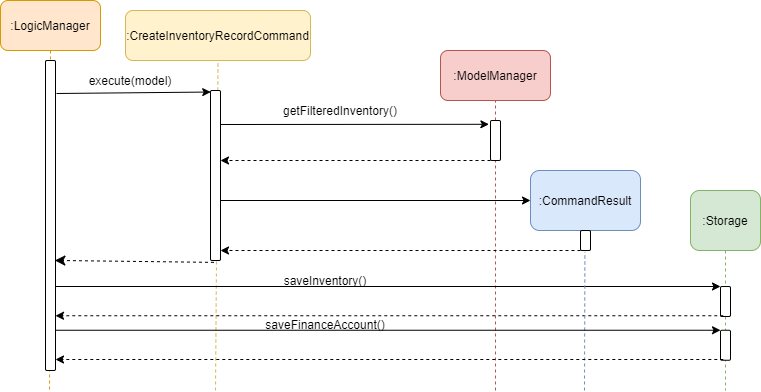
Above: docs/images/DeleteInventoryRecordCommandExecuteSequenceDiagram.png in nus-cs2103-AY2021S1/tp (draw.io), before the change. Source tidied: cells renumbered, new cells last; positions are measured from the earlier drawing's top-left corner, leaving out a move shared by most shapes.
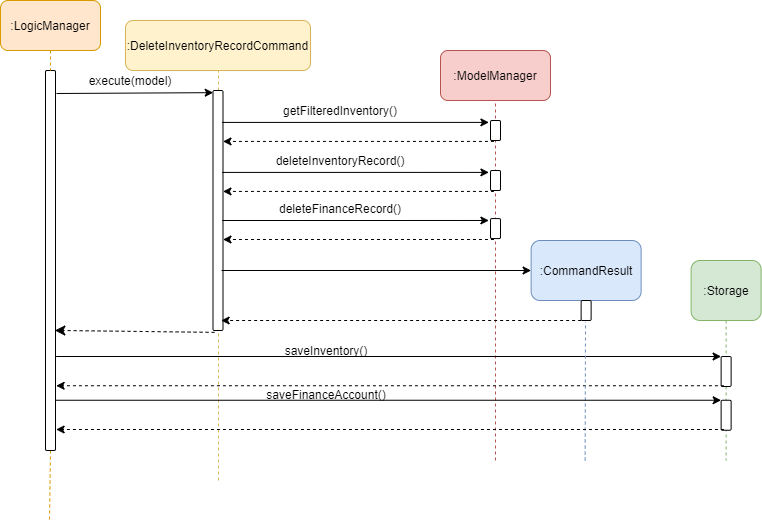
Above is the later version.

The edit, as a diff of the source:
```diff
@@ -2,33 +2,31 @@
   <root>
     <mxCell id="0" />
     <mxCell id="1" parent="0" />
-    <mxCell id="2" style="endArrow=none;dashed=1;html=1;entryX=0.5;entryY=1;entryDx=0;entryDy=0;fillColor=#fff2cc;strokeColor=#d6b656;" parent="1" edge="1" target="6">
+    <mxCell id="2" style="endArrow=none;dashed=1;html=1;fillColor=#fff2cc;strokeColor=#d6b656;" parent="1" edge="1">
       <mxGeometry relative="1" as="geometry">
-        <mxPoint x="215" y="390" as="sourcePoint" />
+        <mxPoint x="218" y="480" as="sourcePoint" />
+        <mxPoint x="218" y="70" as="targetPoint" />
       </mxGeometry>
     </mxCell>
     <mxCell id="3" style="html=1;points=[];perimeter=orthogonalPerimeter;rounded=1;" parent="1" vertex="1">
-      <mxGeometry x="210" y="90" width="10" height="170" as="geometry" />
+      <mxGeometry x="212.5" y="90" width="10" height="240" as="geometry" />
     </mxCell>
     <mxCell id="4" style="endArrow=none;dashed=1;html=1;entryX=0.5;entryY=1;entryDx=0;entryDy=0;fillColor=#f8cecc;strokeColor=#b85450;" parent="1" edge="1" target="11">
       <mxGeometry relative="1" as="geometry">
-        <mxPoint x="495" y="390" as="sourcePoint" />
+        <mxPoint x="495" y="460" as="sourcePoint" />
       </mxGeometry>
     </mxCell>
-    <mxCell id="5" style="endArrow=none;dashed=1;html=1;fillColor=#ffe6cc;strokeColor=#d79b00;exitX=0.5;exitY=1;exitDx=0;exitDy=0;" parent="1" edge="1" source="7">
+    <mxCell id="5" style="endArrow=none;dashed=1;html=1;fillColor=#ffe6cc;strokeColor=#d79b00;exitX=0.5;exitY=1;exitDx=0;exitDy=0;" parent="1" edge="1" source="8">
       <mxGeometry relative="1" as="geometry">
-        <mxPoint x="49" y="390" as="targetPoint" />
+        <mxPoint x="49" y="520" as="targetPoint" />
       </mxGeometry>
     </mxCell>
-    <mxCell id="6" value=":CreateInventoryRecordCommand" style="rounded=1;whiteSpace=wrap;html=1;fillColor=#fff2cc;strokeColor=#d6b656;" parent="1" vertex="1">
-      <mxGeometry x="125" y="10" width="185" height="50" as="geometry" />
+    <mxCell id="6" value=":DeleteInventoryRecordCommand" style="rounded=1;whiteSpace=wrap;html=1;fillColor=#fff2cc;strokeColor=#d6b656;" parent="1" vertex="1">
+      <mxGeometry x="125" y="20" width="185" height="50" as="geometry" />
     </mxCell>
     <mxCell id="7" value=":LogicManager" style="rounded=1;whiteSpace=wrap;html=1;fillColor=#ffe6cc;strokeColor=#d79b00;" parent="1" vertex="1">
       <mxGeometry width="100" height="50" as="geometry" />
     </mxCell>
-    <mxCell id="8" style="html=1;points=[];perimeter=orthogonalPerimeter;rounded=1;" parent="1" vertex="1">
-      <mxGeometry x="45" y="60" width="10" height="310" as="geometry" />
-    </mxCell>
     <mxCell id="9" style="endArrow=classic;html=1;entryX=0.02;entryY=0.009;entryDx=0;entryDy=0;entryPerimeter=0;" parent="1" edge="1" target="3">
       <mxGeometry relative="1" as="geometry">
         <mxPoint x="56" y="93" as="sourcePoint" />
@@ -41,86 +39,124 @@
       <mxGeometry x="440" y="50" width="110" height="50" as="geometry" />
     </mxCell>
     <mxCell id="12" style="html=1;points=[];perimeter=orthogonalPerimeter;rounded=1;" parent="1" vertex="1">
-      <mxGeometry x="490" y="120" width="10" height="40" as="geometry" />
+      <mxGeometry x="490" y="120" width="10" height="20" as="geometry" />
     </mxCell>
-    <mxCell id="13" style="endArrow=classic;html=1;entryX=-0.16;entryY=0.095;entryDx=0;entryDy=0;entryPerimeter=0;" parent="1" edge="1" target="12">
-      <mxGeometry relative="1" as="geometry">
-        <mxPoint x="220" y="124" as="sourcePoint" />
-      </mxGeometry>
+    <mxCell id="13" style="endArrow=classic;html=1;entryX=-0.16;entryY=0.095;entryDx=0;entryDy=0;entryPerimeter=0;exitX=0.914;exitY=0.133;exitDx=0;exitDy=0;exitPerimeter=0;" parent="1" edge="1" source="3" target="12">
+      <mxGeometry relative="1" as="geometry" />
     </mxCell>
     <mxCell id="14" value="getFilteredInventory()" style="text;html=1;strokeColor=none;fillColor=none;align=center;verticalAlign=middle;whiteSpace=wrap;rounded=0;" parent="1" vertex="1">
       <mxGeometry x="320" y="100" width="40" height="20" as="geometry" />
     </mxCell>
-    <mxCell id="15" style="endArrow=classic;html=1;dashed=1;" parent="1" edge="1">
-      <mxGeometry relative="1" as="geometry">
-        <mxPoint x="490" y="160" as="sourcePoint" />
-        <mxPoint x="220" y="160" as="targetPoint" />
-      </mxGeometry>
+    <mxCell id="15" style="endArrow=classic;html=1;dashed=1;exitX=0.346;exitY=1.046;exitDx=0;exitDy=0;exitPerimeter=0;" parent="1" edge="1" source="12" target="3">
+      <mxGeometry relative="1" as="geometry" />
     </mxCell>
     <mxCell id="16" style="endArrow=classic;html=1;" parent="1" edge="1">
       <mxGeometry relative="1" as="geometry">
-        <mxPoint x="220" y="200" as="sourcePoint" />
-        <mxPoint x="530" y="200" as="targetPoint" />
+        <mxPoint x="221" y="270" as="sourcePoint" />
+        <mxPoint x="530.6" y="270" as="targetPoint" />
       </mxGeometry>
     </mxCell>
     <mxCell id="17" value=":CommandResult" style="rounded=1;whiteSpace=wrap;html=1;fillColor=#dae8fc;strokeColor=#6c8ebf;" parent="1" vertex="1">
-      <mxGeometry x="530" y="170" width="110" height="60" as="geometry" />
+      <mxGeometry x="530.6" y="240" width="110" height="60" as="geometry" />
     </mxCell>
     <mxCell id="18" style="html=1;points=[];perimeter=orthogonalPerimeter;rounded=1;" parent="1" vertex="1">
-      <mxGeometry x="580" y="230" width="10" height="20" as="geometry" />
+      <mxGeometry x="580.6" y="300" width="10" height="20" as="geometry" />
     </mxCell>
     <mxCell id="19" style="endArrow=classic;html=1;dashed=1;" parent="1" edge="1">
       <mxGeometry relative="1" as="geometry">
-        <mxPoint x="580" y="250" as="sourcePoint" />
-        <mxPoint x="220" y="250" as="targetPoint" />
+        <mxPoint x="580.6" y="320" as="sourcePoint" />
+        <mxPoint x="220.6" y="320" as="targetPoint" />
       </mxGeometry>
     </mxCell>
-    <mxCell id="20" style="endArrow=classic;html=1;" parent="1" edge="1" source="8">
+    <mxCell id="20" style="endArrow=classic;html=1;" parent="1" edge="1">
       <mxGeometry relative="1" as="geometry">
-        <mxPoint x="720" y="286" as="targetPoint" />
+        <mxPoint x="55.6" y="356" as="sourcePoint" />
+        <mxPoint x="720.6" y="356" as="targetPoint" />
       </mxGeometry>
     </mxCell>
     <mxCell id="21" value=":Storage" style="rounded=1;whiteSpace=wrap;html=1;fillColor=#d5e8d4;strokeColor=#82b366;" parent="1" vertex="1">
-      <mxGeometry x="690" y="190" width="70" height="60" as="geometry" />
+      <mxGeometry x="690.6" y="260" width="70" height="60" as="geometry" />
     </mxCell>
     <mxCell id="22" style="endArrow=none;dashed=1;html=1;exitX=0.5;exitY=1;exitDx=0;exitDy=0;fillColor=#d5e8d4;strokeColor=#82b366;" parent="1" edge="1" source="21">
       <mxGeometry relative="1" as="geometry">
-        <mxPoint x="725" y="390" as="targetPoint" />
+        <mxPoint x="725.6" y="460" as="targetPoint" />
       </mxGeometry>
     </mxCell>
     <mxCell id="23" style="html=1;points=[];perimeter=orthogonalPerimeter;rounded=1;" parent="1" vertex="1">
-      <mxGeometry x="720" y="286" width="10" height="30" as="geometry" />
+      <mxGeometry x="720.6" y="356" width="10" height="30" as="geometry" />
     </mxCell>
     <mxCell id="24" value="saveInventory()" style="text;html=1;strokeColor=none;fillColor=none;align=center;verticalAlign=middle;whiteSpace=wrap;rounded=0;" parent="1" vertex="1">
-      <mxGeometry x="305" y="270" width="40" height="20" as="geometry" />
+      <mxGeometry x="305.6" y="340" width="40" height="20" as="geometry" />
     </mxCell>
-    <mxCell id="25" style="endArrow=classic;html=1;dashed=1;exitX=0.28;exitY=0.975;exitDx=0;exitDy=0;exitPerimeter=0;" parent="1" edge="1" source="23" target="8">
-      <mxGeometry relative="1" as="geometry" />
+    <mxCell id="25" style="endArrow=classic;html=1;dashed=1;exitX=0.28;exitY=0.975;exitDx=0;exitDy=0;exitPerimeter=0;" parent="1" edge="1" source="23">
+      <mxGeometry relative="1" as="geometry">
+        <mxPoint x="55.6" y="385.2" as="targetPoint" />
+      </mxGeometry>
     </mxCell>
     <mxCell id="26" style="endArrow=none;dashed=1;html=1;entryX=0.44;entryY=1.07;entryDx=0;entryDy=0;entryPerimeter=0;fillColor=#dae8fc;strokeColor=#6c8ebf;" parent="1" edge="1" target="18">
       <mxGeometry relative="1" as="geometry">
-        <mxPoint x="584" y="390" as="sourcePoint" />
+        <mxPoint x="584.6" y="460" as="sourcePoint" />
       </mxGeometry>
     </mxCell>
     <mxCell id="27" style="endArrow=classic;html=1;" parent="1" edge="1">
       <mxGeometry relative="1" as="geometry">
-        <mxPoint x="55" y="329.8" as="sourcePoint" />
-        <mxPoint x="720" y="329.8" as="targetPoint" />
+        <mxPoint x="55.6" y="399.8" as="sourcePoint" />
+        <mxPoint x="720.6" y="399.8" as="targetPoint" />
       </mxGeometry>
     </mxCell>
     <mxCell id="28" style="html=1;points=[];perimeter=orthogonalPerimeter;rounded=1;" parent="1" vertex="1">
-      <mxGeometry x="720" y="329.8" width="10" height="30" as="geometry" />
+      <mxGeometry x="720.6" y="399.8" width="10" height="30" as="geometry" />
     </mxCell>
     <mxCell id="29" value="saveFinanceAccount()" style="text;html=1;strokeColor=none;fillColor=none;align=center;verticalAlign=middle;whiteSpace=wrap;rounded=0;" parent="1" vertex="1">
-      <mxGeometry x="305" y="313.8" width="40" height="20" as="geometry" />
+      <mxGeometry x="305.6" y="383.8" width="40" height="20" as="geometry" />
     </mxCell>
     <mxCell id="30" style="endArrow=classic;html=1;dashed=1;exitX=0.28;exitY=0.975;exitDx=0;exitDy=0;exitPerimeter=0;" parent="1" edge="1" source="28">
       <mxGeometry relative="1" as="geometry">
-        <mxPoint x="55" y="359" as="targetPoint" />
+        <mxPoint x="55.6" y="429" as="targetPoint" />
       </mxGeometry>
     </mxCell>
-    <mxCell id="31" style="html=1;verticalAlign=bottom;endArrow=classic;dashed=1;endSize=8;entryX=0.937;entryY=0.645;entryDx=0;entryDy=0;entryPerimeter=0;exitX=0.346;exitY=1.011;exitDx=0;exitDy=0;exitPerimeter=0;endFill=1;" parent="1" edge="1" source="3" target="8">
-      <mxGeometry relative="1" as="geometry" />
+    <mxCell id="31" style="html=1;verticalAlign=bottom;endArrow=classic;dashed=1;endSize=8;entryX=0.937;entryY=0.684;entryDx=0;entryDy=0;entryPerimeter=0;exitX=0.346;exitY=1.011;exitDx=0;exitDy=0;exitPerimeter=0;endFill=1;" parent="1" edge="1" target="8">
+      <mxGeometry relative="1" as="geometry">
+        <mxPoint x="214.1" y="331.9" as="sourcePoint" />
+      </mxGeometry>
     </mxCell>
+    <mxCell id="8" style="html=1;points=[];perimeter=orthogonalPerimeter;rounded=1;" parent="1" vertex="1">
+      <mxGeometry x="45" y="70" width="10" height="380" as="geometry" />
+    </mxCell>
+    <mxCell id="32" style="endArrow=none;dashed=1;html=1;fillColor=#ffe6cc;strokeColor=#d79b00;exitX=0.5;exitY=1;exitDx=0;exitDy=0;" parent="1" edge="1" source="7" target="8">
+      <mxGeometry relative="1" as="geometry" />
+    </mxCell>
+    <mxCell id="33" style="html=1;points=[];perimeter=orthogonalPerimeter;rounded=1;" parent="1" vertex="1">
+      <mxGeometry x="490" y="170" width="10" height="20" as="geometry" />
+    </mxCell>
+    <mxCell id="34" style="endArrow=classic;html=1;entryX=-0.16;entryY=0.095;entryDx=0;entryDy=0;entryPerimeter=0;exitX=0.914;exitY=0.133;exitDx=0;exitDy=0;exitPerimeter=0;" parent="1" edge="1" target="33">
+      <mxGeometry relative="1" as="geometry">
+        <mxPoint x="221.6" y="171.9" as="sourcePoint" />
+      </mxGeometry>
+    </mxCell>
+    <mxCell id="35" style="endArrow=classic;html=1;dashed=1;exitX=0.346;exitY=1.046;exitDx=0;exitDy=0;exitPerimeter=0;" parent="1" edge="1" source="33">
+      <mxGeometry relative="1" as="geometry">
+        <mxPoint x="222.5" y="190.9" as="targetPoint" />
+      </mxGeometry>
+    </mxCell>
+    <mxCell id="36" style="html=1;points=[];perimeter=orthogonalPerimeter;rounded=1;" parent="1" vertex="1">
+      <mxGeometry x="490" y="218.1" width="10" height="20" as="geometry" />
+    </mxCell>
+    <mxCell id="37" style="endArrow=classic;html=1;entryX=-0.16;entryY=0.095;entryDx=0;entryDy=0;entryPerimeter=0;exitX=0.914;exitY=0.133;exitDx=0;exitDy=0;exitPerimeter=0;" parent="1" edge="1" target="36">
+      <mxGeometry relative="1" as="geometry">
+        <mxPoint x="221.6" y="220" as="sourcePoint" />
+      </mxGeometry>
+    </mxCell>
+    <mxCell id="38" style="endArrow=classic;html=1;dashed=1;exitX=0.346;exitY=1.046;exitDx=0;exitDy=0;exitPerimeter=0;" parent="1" edge="1" source="36">
+      <mxGeometry relative="1" as="geometry">
+        <mxPoint x="222.5" y="239" as="targetPoint" />
+      </mxGeometry>
+    </mxCell>
+    <mxCell id="39" value="deleteInventoryRecord()" style="text;html=1;strokeColor=none;fillColor=none;align=center;verticalAlign=middle;whiteSpace=wrap;rounded=0;" parent="1" vertex="1">
+      <mxGeometry x="320" y="150" width="40" height="20" as="geometry" />
+    </mxCell>
+    <mxCell id="40" value="deleteFinanceRecord()" style="text;html=1;strokeColor=none;fillColor=none;align=center;verticalAlign=middle;whiteSpace=wrap;rounded=0;" parent="1" vertex="1">
+      <mxGeometry x="320" y="198.1" width="40" height="20" as="geometry" />
+    </mxCell>
   </root>
 </mxGraphModel>
```
